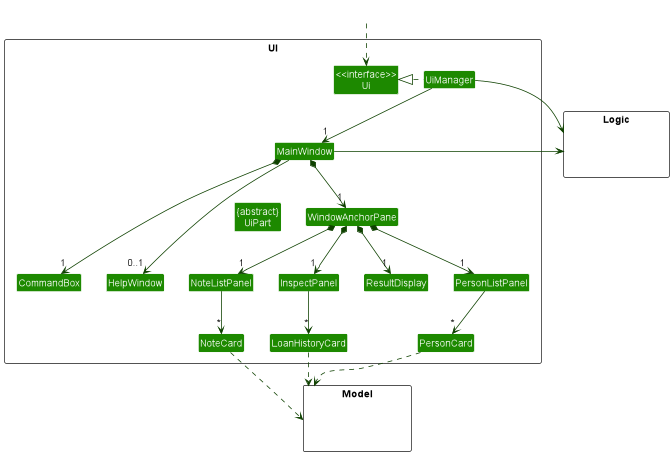
nus-cs2103-AY2223S1/tp keeps this PlantUML diagram as docs/images/UiClassDiagram.png. Above is the earlier version.
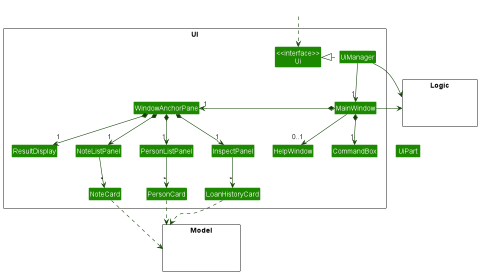
After the commit.

Commit message:
Clean UIClassDiagram by Removing Unused Nodes

Diff of the diagram source:
```diff
@@ -6,7 +6,6 @@
 
 package UI <<Rectangle>>{
 Class "<<interface>>\nUi" as Ui
-Class "{abstract}\nUiPart" as UiPart
 Class UiManager
 Class MainWindow
 Class HelpWindow
@@ -36,7 +35,7 @@
 UiManager -down-> "1" MainWindow
 
 MainWindow *-down->  "1" CommandBox
-MainWindow *-down->  "1" WindowAnchorPane
+MainWindow *-left->  "1" WindowAnchorPane
 MainWindow --> "0..1" HelpWindow
 
 WindowAnchorPane *-down-> "1" ResultDisplay
```
